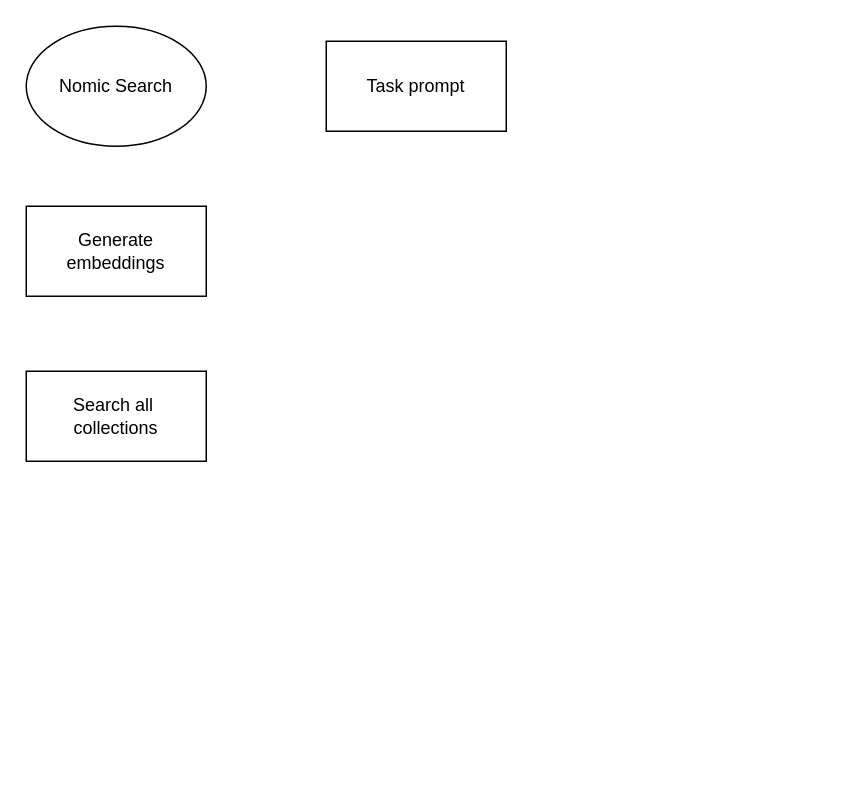
Earlier version of the draw.io diagram Untitled Diagram.drawio (2yellowdots/chart). Source tidied: cells renumbered, new cells numbered last; positions are measured from the earlier drawing's top-left corner, leaving out a move shared by most shapes. Both pictures are drawn from the tidied source at 150%, with x=0, y=0 at pixel (26, 26).
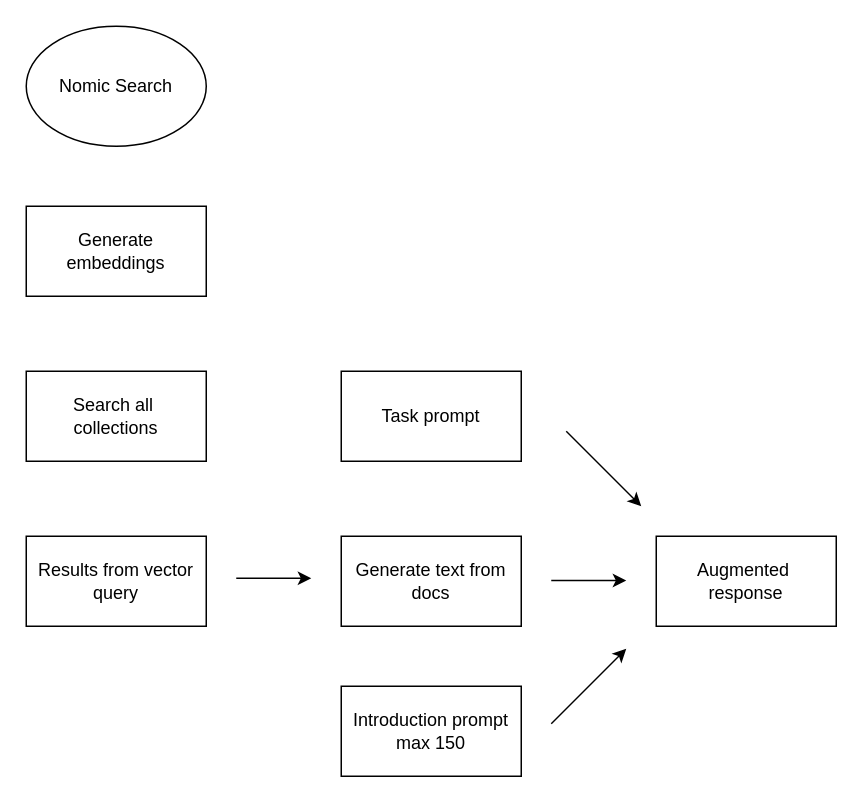
Above is the later version.

Commit message (it also covers changes not shown here):
Update Nomic Search Diagram.drawio

Change to the diagram source:
```diff
@@
 <mxGraphModel>
   <root>
     <mxCell id="0" />
     <mxCell id="1" parent="0" />
     <mxCell id="2" value="Nomic Search" style="ellipse;whiteSpace=wrap;html=1;" parent="1" vertex="1">
       <mxGeometry width="120" height="80" as="geometry" />
     </mxCell>
     <mxCell id="3" value="Task prompt" style="rounded=0;whiteSpace=wrap;html=1;" parent="1" vertex="1">
-      <mxGeometry x="200" y="10" width="120" height="60" as="geometry" />
+      <mxGeometry x="210" y="230" width="120" height="60" as="geometry" />
     </mxCell>
     <mxCell id="4" value="Generate embeddings" style="rounded=0;whiteSpace=wrap;html=1;" parent="1" vertex="1">
       <mxGeometry y="120" width="120" height="60" as="geometry" />
     </mxCell>
     <mxCell id="5" value="Search all&amp;nbsp;&lt;div&gt;collections&lt;/div&gt;" style="rounded=0;whiteSpace=wrap;html=1;" parent="1" vertex="1">
       <mxGeometry y="230" width="120" height="60" as="geometry" />
     </mxCell>
+    <mxCell id="6" value="Introduction prompt&lt;div&gt;max 150&lt;/div&gt;" style="rounded=0;whiteSpace=wrap;html=1;" parent="1" vertex="1">
+      <mxGeometry x="210" y="440" width="120" height="60" as="geometry" />
+    </mxCell>
+    <mxCell id="7" value="Generate text from docs" style="rounded=0;whiteSpace=wrap;html=1;" parent="1" vertex="1">
+      <mxGeometry x="210" y="340" width="120" height="60" as="geometry" />
+    </mxCell>
+    <mxCell id="8" value="Results from vector query" style="rounded=0;whiteSpace=wrap;html=1;" parent="1" vertex="1">
+      <mxGeometry y="340" width="120" height="60" as="geometry" />
+    </mxCell>
+    <mxCell id="9" value="Augmented&amp;nbsp;&lt;div&gt;response&lt;/div&gt;" style="rounded=0;whiteSpace=wrap;html=1;" parent="1" vertex="1">
+      <mxGeometry x="420" y="340" width="120" height="60" as="geometry" />
+    </mxCell>
+    <mxCell id="10" style="endArrow=classic;html=1;rounded=0;" parent="1" edge="1">
+      <mxGeometry relative="1" as="geometry">
+        <mxPoint x="140" y="368" as="sourcePoint" />
+        <mxPoint x="190" y="368" as="targetPoint" />
+      </mxGeometry>
+    </mxCell>
+    <mxCell id="11" style="endArrow=classic;html=1;rounded=0;" parent="1" edge="1">
+      <mxGeometry relative="1" as="geometry">
+        <mxPoint x="350" y="369.5" as="sourcePoint" />
+        <mxPoint x="400" y="369.5" as="targetPoint" />
+      </mxGeometry>
+    </mxCell>
+    <mxCell id="12" style="endArrow=classic;html=1;rounded=0;" parent="1" edge="1">
+      <mxGeometry relative="1" as="geometry">
+        <mxPoint x="350" y="465" as="sourcePoint" />
+        <mxPoint x="400" y="415" as="targetPoint" />
+      </mxGeometry>
+    </mxCell>
+    <mxCell id="13" style="endArrow=classic;html=1;rounded=0;" parent="1" edge="1">
+      <mxGeometry relative="1" as="geometry">
+        <mxPoint x="360" y="270" as="sourcePoint" />
+        <mxPoint x="410" y="320" as="targetPoint" />
+      </mxGeometry>
+    </mxCell>
   </root>
 </mxGraphModel>
```
